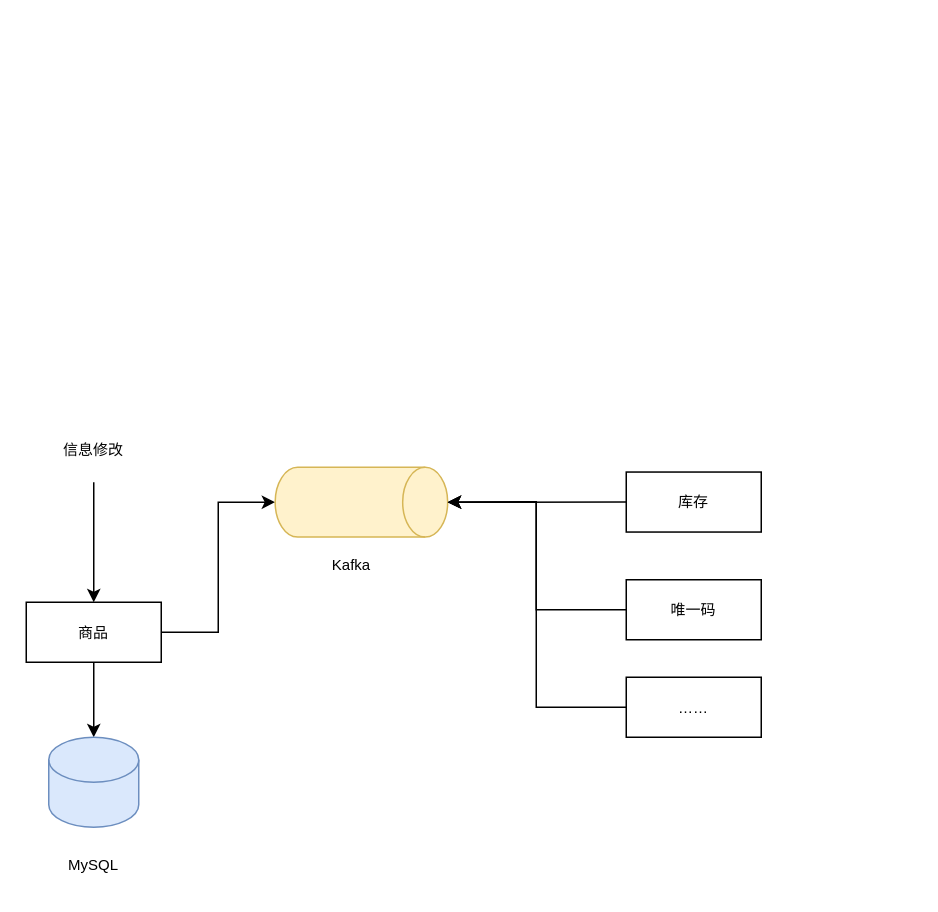
Earlier version of the draw.io diagram page "数据库优化" (4 of 5) of Untitled Diagram.drawio (vvhard/draw_io). Source tidied: cells renumbered, new cells numbered last; positions are measured from the earlier drawing's top-left corner, leaving out a move shared by most shapes. Both pictures are drawn from the tidied source at 150%, with x=0, y=0 at pixel (26, 416).
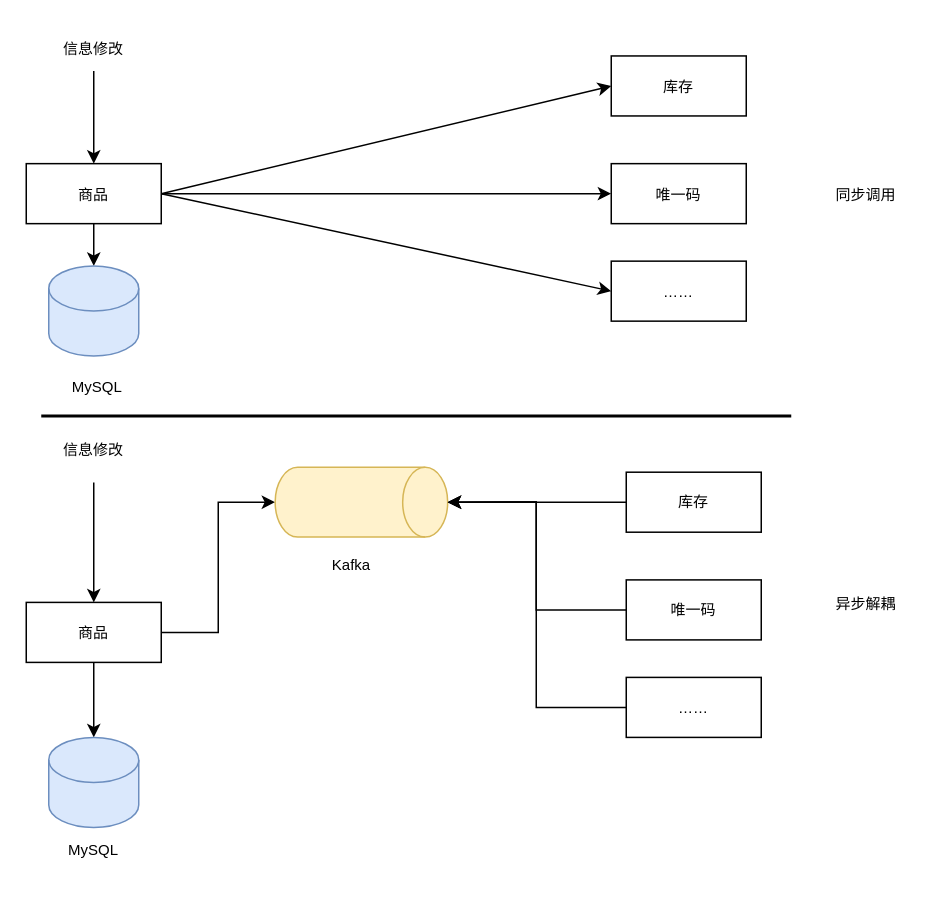
The same diagram, later.

Unchanged cells that the change refers to:
```xml
<mxCell id="5" style="shape=cylinder3;whiteSpace=wrap;html=1;boundedLbl=1;backgroundOutline=1;size=15;rounded=0;fontFamily=Helvetica;fontSize=10;fillColor=#fff2cc;rotation=90;strokeColor=#d6b656;" parent="1" vertex="1">
  <mxGeometry x="200.2" y="-0.2" width="46.5" height="115" as="geometry" />
</mxCell>
```

The edit, as a diff of the source:
```diff
@@
     <mxCell id="4" value="商品" style="rounded=0;whiteSpace=wrap;html=1;fontFamily=Helvetica;fontSize=10;fontColor=default;fillColor=none;gradientColor=none;" parent="1" vertex="1">
-      <mxGeometry y="124" width="90" height="40" as="geometry" />
+      <mxGeometry y="124.1" width="90" height="40" as="geometry" />
     </mxCell>
@@
     <mxCell id="6" value="Kafka" style="text;html=1;strokeColor=none;fillColor=none;align=center;verticalAlign=middle;whiteSpace=wrap;rounded=0;fontFamily=Helvetica;fontSize=10;fontColor=default;" parent="1" vertex="1">
-      <mxGeometry x="186.8" y="84" width="60" height="30" as="geometry" />
+      <mxGeometry x="186.8" y="84.1" width="60" height="30" as="geometry" />
     </mxCell>
     <mxCell id="7" value="库存" style="rounded=0;whiteSpace=wrap;html=1;fontFamily=Helvetica;fontSize=10;fontColor=default;fillColor=none;gradientColor=none;" parent="1" vertex="1">
-      <mxGeometry x="400" y="37.2" width="90" height="40" as="geometry" />
+      <mxGeometry x="400" y="37.3" width="90" height="40" as="geometry" />
     </mxCell>
     <mxCell id="8" value="唯一码" style="rounded=0;whiteSpace=wrap;html=1;fontFamily=Helvetica;fontSize=10;fontColor=default;fillColor=none;gradientColor=none;" parent="1" vertex="1">
-      <mxGeometry x="400" y="109" width="90" height="40" as="geometry" />
+      <mxGeometry x="400" y="109.1" width="90" height="40" as="geometry" />
     </mxCell>
     <mxCell id="9" value="……" style="rounded=0;whiteSpace=wrap;html=1;fontFamily=Helvetica;fontSize=10;fontColor=default;fillColor=none;gradientColor=none;" parent="1" vertex="1">
-      <mxGeometry x="400" y="174" width="90" height="40" as="geometry" />
+      <mxGeometry x="400" y="174.1" width="90" height="40" as="geometry" />
     </mxCell>
     <mxCell id="10" style="shape=cylinder3;whiteSpace=wrap;html=1;boundedLbl=1;backgroundOutline=1;size=15;rounded=0;fontFamily=Helvetica;fontSize=10;fillColor=#dae8fc;strokeColor=#6c8ebf;" parent="1" vertex="1">
-      <mxGeometry x="15" y="214" width="60" height="60" as="geometry" />
+      <mxGeometry x="15" y="214.1" width="60" height="60" as="geometry" />
     </mxCell>
     <mxCell id="11" value="MySQL" style="text;html=1;strokeColor=none;fillColor=none;align=center;verticalAlign=middle;whiteSpace=wrap;rounded=0;fontFamily=Helvetica;fontSize=10;fontColor=default;" parent="1" vertex="1">
-      <mxGeometry x="15" y="284" width="60" height="30" as="geometry" />
+      <mxGeometry x="15" y="274.1" width="60" height="30" as="geometry" />
     </mxCell>
@@
     <mxCell id="13" style="endArrow=classic;html=1;rounded=0;fontFamily=Helvetica;fontSize=10;fontColor=default;strokeColor=#000000;strokeWidth=1;exitX=0;exitY=0.5;exitDx=0;exitDy=0;entryX=0.5;entryY=0;entryDx=0;entryDy=0;entryPerimeter=0;" parent="1" edge="1" source="8" target="5">
       <mxGeometry relative="1" as="geometry">
         <Array as="points">
-          <mxPoint x="340" y="129" />
-          <mxPoint x="340" y="57" />
+          <mxPoint x="340" y="129.1" />
+          <mxPoint x="340" y="57.1" />
         </Array>
       </mxGeometry>
     </mxCell>
     <mxCell id="14" style="endArrow=classic;html=1;rounded=0;fontFamily=Helvetica;fontSize=10;fontColor=default;strokeColor=#000000;strokeWidth=1;entryX=0.5;entryY=0;entryDx=0;entryDy=0;entryPerimeter=0;exitX=0;exitY=0.5;exitDx=0;exitDy=0;" parent="1" edge="1" source="9" target="5">
       <mxGeometry relative="1" as="geometry">
         <Array as="points">
-          <mxPoint x="340" y="194" />
-          <mxPoint x="340" y="57" />
+          <mxPoint x="340" y="194.1" />
+          <mxPoint x="340" y="57.1" />
         </Array>
       </mxGeometry>
     </mxCell>
     <mxCell id="15" style="endArrow=classic;html=1;rounded=0;fontFamily=Helvetica;fontSize=10;fontColor=default;strokeColor=#000000;strokeWidth=1;entryX=0.5;entryY=0;entryDx=0;entryDy=0;" parent="1" edge="1" target="4">
       <mxGeometry relative="1" as="geometry">
-        <mxPoint x="45" y="44" as="sourcePoint" />
+        <mxPoint x="45" y="44.1" as="sourcePoint" />
       </mxGeometry>
     </mxCell>
     <mxCell id="16" value="信息修改" style="text;html=1;strokeColor=none;fillColor=none;align=center;verticalAlign=middle;whiteSpace=wrap;rounded=0;fontFamily=Helvetica;fontSize=10;fontColor=default;" parent="1" vertex="1">
-      <mxGeometry x="15" y="7" width="60" height="30" as="geometry" />
+      <mxGeometry x="15" y="7.1" width="60" height="30" as="geometry" />
     </mxCell>
+    <mxCell id="17" style="edgeStyle=orthogonalEdgeStyle;rounded=0;jettySize=auto;html=1;exitX=0.5;exitY=1;exitDx=0;exitDy=0;entryX=0.5;entryY=0;entryDx=0;entryDy=0;entryPerimeter=0;fontFamily=Helvetica;fontSize=10;fontColor=default;strokeColor=#000000;strokeWidth=1;" parent="1" edge="1" source="18" target="23">
+      <mxGeometry relative="1" as="geometry" />
+    </mxCell>
+    <mxCell id="18" value="商品" style="rounded=0;whiteSpace=wrap;html=1;fontFamily=Helvetica;fontSize=10;fontColor=default;fillColor=none;gradientColor=none;" parent="1" vertex="1">
+      <mxGeometry y="-168.4" width="90" height="40" as="geometry" />
+    </mxCell>
+    <mxCell id="19" value="库存" style="rounded=0;whiteSpace=wrap;html=1;fontFamily=Helvetica;fontSize=10;fontColor=default;fillColor=none;gradientColor=none;" parent="1" vertex="1">
+      <mxGeometry x="390" y="-240.2" width="90" height="40" as="geometry" />
+    </mxCell>
+    <mxCell id="20" value="唯一码" style="rounded=0;whiteSpace=wrap;html=1;fontFamily=Helvetica;fontSize=10;fontColor=default;fillColor=none;gradientColor=none;" parent="1" vertex="1">
+      <mxGeometry x="390" y="-168.4" width="90" height="40" as="geometry" />
+    </mxCell>
+    <mxCell id="21" value="……" style="rounded=0;whiteSpace=wrap;html=1;fontFamily=Helvetica;fontSize=10;fontColor=default;fillColor=none;gradientColor=none;" parent="1" vertex="1">
+      <mxGeometry x="390" y="-103.4" width="90" height="40" as="geometry" />
+    </mxCell>
+    <mxCell id="22" style="endArrow=classic;html=1;rounded=0;fontFamily=Helvetica;fontSize=10;fontColor=default;strokeColor=#000000;strokeWidth=1;exitX=1;exitY=0.5;exitDx=0;exitDy=0;entryX=0;entryY=0.5;entryDx=0;entryDy=0;" parent="1" edge="1" source="18" target="20">
+      <mxGeometry relative="1" as="geometry" />
+    </mxCell>
+    <mxCell id="23" style="shape=cylinder3;whiteSpace=wrap;html=1;boundedLbl=1;backgroundOutline=1;size=15;rounded=0;fontFamily=Helvetica;fontSize=10;fillColor=#dae8fc;strokeColor=#6c8ebf;" parent="1" vertex="1">
+      <mxGeometry x="15" y="-100.2" width="60" height="60" as="geometry" />
+    </mxCell>
+    <mxCell id="24" value="MySQL" style="text;html=1;strokeColor=none;fillColor=none;align=center;verticalAlign=middle;whiteSpace=wrap;rounded=0;fontFamily=Helvetica;fontSize=10;fontColor=default;" parent="1" vertex="1">
+      <mxGeometry x="20" y="-30.2" width="55" height="20" as="geometry" />
+    </mxCell>
+    <mxCell id="25" value="信息修改" style="text;html=1;strokeColor=none;fillColor=none;align=center;verticalAlign=middle;whiteSpace=wrap;rounded=0;fontFamily=Helvetica;fontSize=10;fontColor=default;" parent="1" vertex="1">
+      <mxGeometry x="15" y="-260.2" width="60" height="30" as="geometry" />
+    </mxCell>
+    <mxCell id="26" style="endArrow=classic;html=1;rounded=0;fontFamily=Helvetica;fontSize=10;fontColor=default;strokeColor=#000000;strokeWidth=1;entryX=0.5;entryY=0;entryDx=0;entryDy=0;exitX=0.5;exitY=1;exitDx=0;exitDy=0;" parent="1" edge="1" source="25" target="18">
+      <mxGeometry relative="1" as="geometry" />
+    </mxCell>
+    <mxCell id="27" style="endArrow=classic;html=1;rounded=0;fontFamily=Helvetica;fontSize=10;fontColor=default;strokeColor=#000000;strokeWidth=1;exitX=1;exitY=0.5;exitDx=0;exitDy=0;entryX=0;entryY=0.5;entryDx=0;entryDy=0;" parent="1" edge="1" source="18" target="19">
+      <mxGeometry relative="1" as="geometry" />
+    </mxCell>
+    <mxCell id="28" style="endArrow=classic;html=1;rounded=0;fontFamily=Helvetica;fontSize=10;fontColor=default;strokeColor=#000000;strokeWidth=1;exitX=1;exitY=0.5;exitDx=0;exitDy=0;entryX=0;entryY=0.5;entryDx=0;entryDy=0;" parent="1" edge="1" source="18" target="21">
+      <mxGeometry relative="1" as="geometry" />
+    </mxCell>
+    <mxCell id="29" style="endArrow=none;html=1;rounded=0;fontFamily=Helvetica;fontSize=10;fontColor=default;strokeColor=#000000;strokeWidth=2;" parent="1" edge="1">
+      <mxGeometry relative="1" as="geometry">
+        <mxPoint x="10" y="-0.2" as="sourcePoint" />
+        <mxPoint x="510" y="-0.2" as="targetPoint" />
+      </mxGeometry>
+    </mxCell>
+    <mxCell id="30" value="同步调用" style="text;html=1;strokeColor=none;fillColor=none;align=center;verticalAlign=middle;whiteSpace=wrap;rounded=0;fontFamily=Helvetica;fontSize=10;fontColor=default;" parent="1" vertex="1">
+      <mxGeometry x="530" y="-163.4" width="60" height="30" as="geometry" />
+    </mxCell>
+    <mxCell id="31" value="异步解耦" style="text;html=1;strokeColor=none;fillColor=none;align=center;verticalAlign=middle;whiteSpace=wrap;rounded=0;fontFamily=Helvetica;fontSize=10;fontColor=default;" parent="1" vertex="1">
+      <mxGeometry x="530" y="109.8" width="60" height="30" as="geometry" />
+    </mxCell>
```
